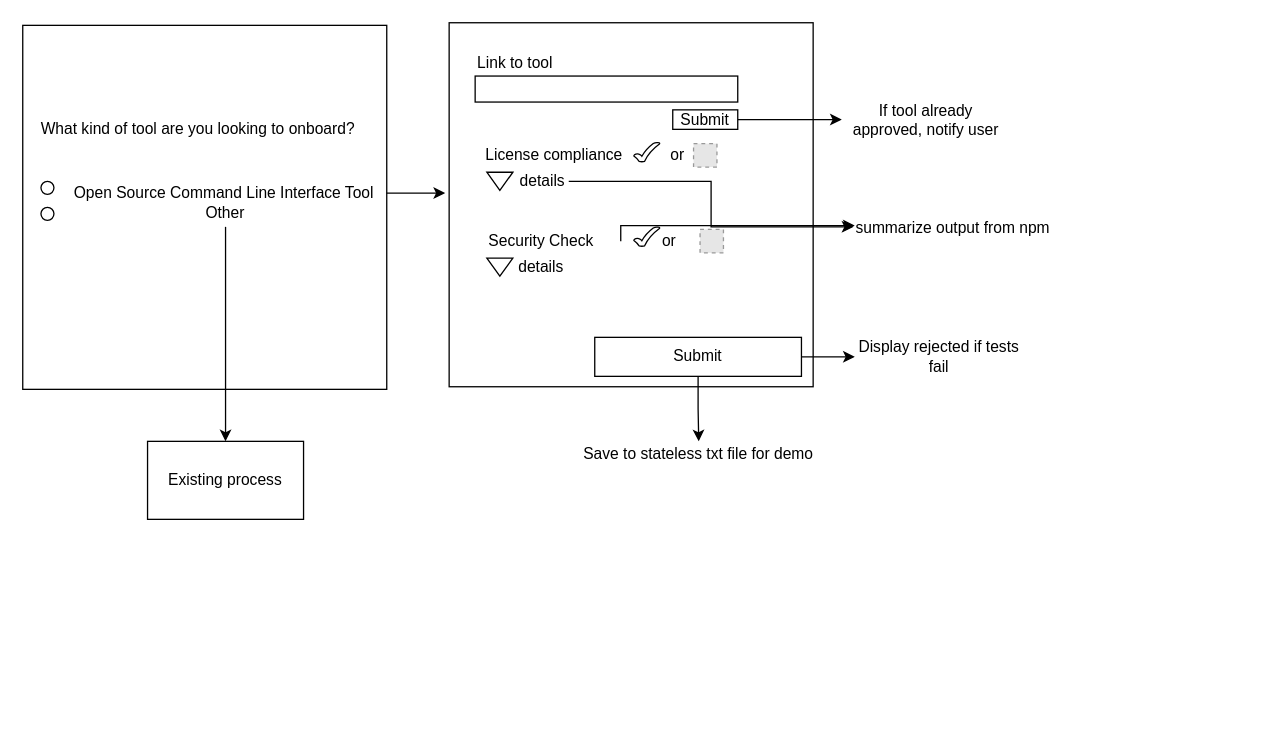
Before: drawio/en/SoftwareOnboarding.drawio in sara-sabr/ITStrategy, a draw.io diagram. Source tidied: cells renumbered, new cells numbered last; positions are measured from the earlier drawing's top-left corner, leaving out a move shared by most shapes. Both pictures are drawn from the tidied source at 130%, with x=0, y=0 at pixel (22, 22). Pictures stored in the file or linked from it are replaced by grey dashed boxes.
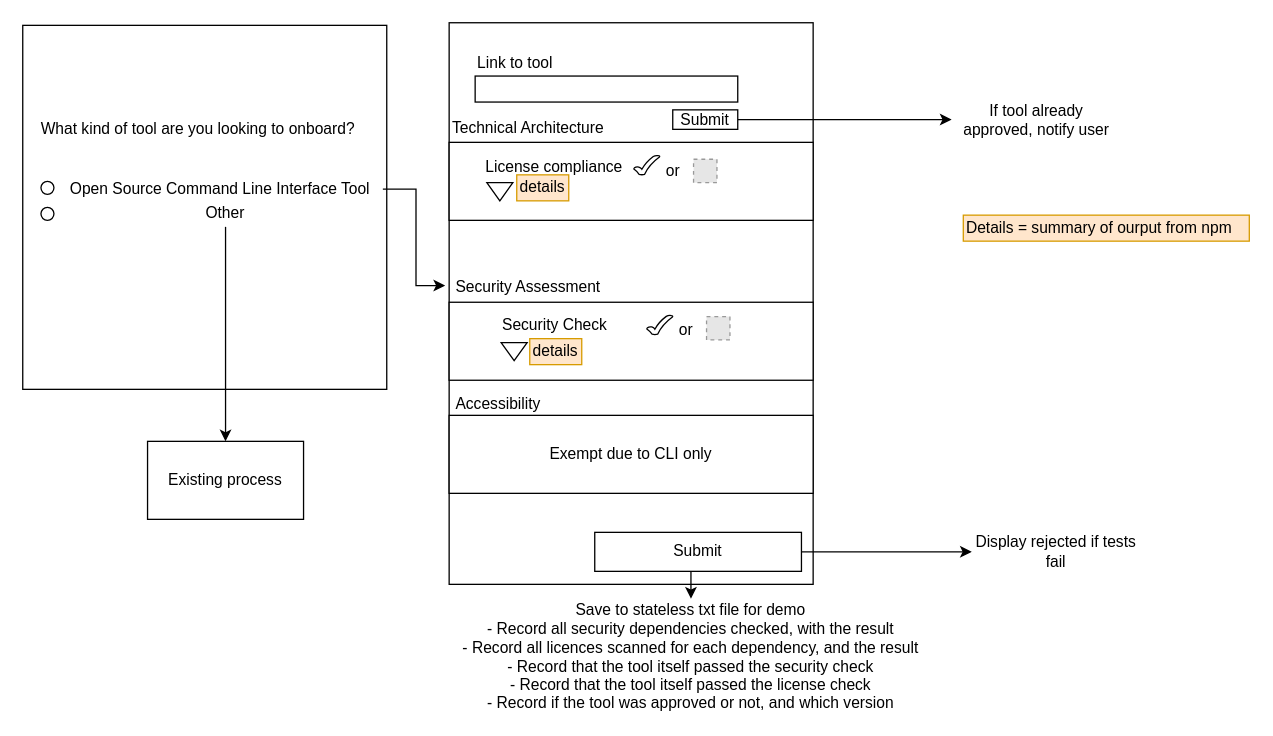
The same diagram, later.

Commit message:
updating to add each pilar to the UI

What changed in the source:
```diff
@@
+    <mxCell id="37" style="rounded=0;whiteSpace=wrap;html=1;" parent="1" vertex="1">
+      <mxGeometry x="328" width="280" height="432" as="geometry" />
+    </mxCell>
+    <mxCell id="38" style="rounded=0;whiteSpace=wrap;html=1;" parent="1" vertex="1">
+      <mxGeometry x="328" y="215" width="280" height="60" as="geometry" />
+    </mxCell>
+    <mxCell id="39" style="rounded=0;whiteSpace=wrap;html=1;" parent="1" vertex="1">
+      <mxGeometry x="328" y="92" width="280" height="60" as="geometry" />
+    </mxCell>
@@
-    <mxCell id="4" style="edgeStyle=orthogonalEdgeStyle;rounded=0;jettySize=auto;html=1;exitX=1;exitY=0.5;exitDx=0;exitDy=0;entryX=-0.011;entryY=0.468;entryDx=0;entryDy=0;entryPerimeter=0;" parent="1" edge="1" source="5" target="11">
-      <mxGeometry relative="1" as="geometry" />
-    </mxCell>
+    <mxCell id="40" style="edgeStyle=orthogonalEdgeStyle;rounded=0;jettySize=auto;html=1;exitX=1;exitY=0.5;exitDx=0;exitDy=0;entryX=-0.011;entryY=0.468;entryDx=0;entryDy=0;entryPerimeter=0;" parent="1" edge="1" source="5" target="37">
+      <mxGeometry relative="1" as="geometry" />
+    </mxCell>
     <mxCell id="5" value="Open Source Command Line Interface Tool" style="text;html=1;strokeColor=none;fillColor=none;align=center;verticalAlign=middle;whiteSpace=wrap;rounded=0;" parent="1" vertex="1">
-      <mxGeometry x="30" y="121" width="250" height="20" as="geometry" />
+      <mxGeometry x="27" y="118" width="250" height="20" as="geometry" />
     </mxCell>
@@
-    <mxCell id="11" style="rounded=0;whiteSpace=wrap;html=1;" parent="1" vertex="1">
-      <mxGeometry x="328" width="280" height="280" as="geometry" />
-    </mxCell>
@@
     <mxCell id="16" value="License compliance " style="text;html=1;strokeColor=none;fillColor=none;align=center;verticalAlign=middle;whiteSpace=wrap;rounded=0;" parent="1" vertex="1">
-      <mxGeometry x="348" y="92" width="122" height="20" as="geometry" />
+      <mxGeometry x="348" y="101" width="122" height="20" as="geometry" />
     </mxCell>
-    <mxCell id="17" style="verticalLabelPosition=bottom;verticalAlign=top;html=1;shape=mxgraph.basic.tick;" parent="1" vertex="1">
-      <mxGeometry x="470" y="92" width="20" height="15" as="geometry" />
-    </mxCell>
-    <mxCell id="18" style="fillColor=#E6E6E6;strokeColor=#999999;dashed=1;html=1;verticalAlign=top;verticalLabelPosition=bottom;labelBackgroundColor=#ffffff;" parent="1" vertex="1">
-      <mxGeometry x="516" y="93" width="18" height="18" as="geometry" />
-    </mxCell>
-    <mxCell id="19" value="or" style="text;html=1;strokeColor=none;fillColor=none;align=center;verticalAlign=middle;whiteSpace=wrap;rounded=0;" parent="1" vertex="1">
-      <mxGeometry x="494" y="92" width="20" height="20" as="geometry" />
-    </mxCell>
-    <mxCell id="20" style="edgeStyle=orthogonalEdgeStyle;rounded=0;jettySize=auto;html=1;exitX=1;exitY=0.5;exitDx=0;exitDy=0;entryX=0.006;entryY=0.4;entryDx=0;entryDy=0;entryPerimeter=0;" parent="1" edge="1" source="21" target="36">
-      <mxGeometry relative="1" as="geometry">
-        <Array as="points">
-          <mxPoint x="460" y="156" />
-        </Array>
-      </mxGeometry>
-    </mxCell>
+    <mxCell id="41" style="verticalLabelPosition=bottom;verticalAlign=top;html=1;shape=mxgraph.basic.tick;" parent="1" vertex="1">
+      <mxGeometry x="470" y="102" width="20" height="15" as="geometry" />
+    </mxCell>
+    <mxCell id="42" style="fillColor=#E6E6E6;strokeColor=#999999;dashed=1;html=1;verticalAlign=top;verticalLabelPosition=bottom;labelBackgroundColor=#ffffff;" parent="1" vertex="1">
+      <mxGeometry x="516" y="105" width="18" height="18" as="geometry" />
+    </mxCell>
+    <mxCell id="43" value="or" style="text;html=1;strokeColor=none;fillColor=none;align=center;verticalAlign=middle;whiteSpace=wrap;rounded=0;" parent="1" vertex="1">
+      <mxGeometry x="490" y="102" width="21" height="24" as="geometry" />
+    </mxCell>
     <mxCell id="21" value="Security Check" style="text;html=1;strokeColor=none;fillColor=none;align=center;verticalAlign=middle;whiteSpace=wrap;rounded=0;" parent="1" vertex="1">
-      <mxGeometry x="338" y="158" width="122" height="20" as="geometry" />
+      <mxGeometry x="349" y="223" width="121" height="20" as="geometry" />
     </mxCell>
-    <mxCell id="22" style="fillColor=#E6E6E6;strokeColor=#999999;dashed=1;html=1;verticalAlign=top;verticalLabelPosition=bottom;labelBackgroundColor=#ffffff;" parent="1" vertex="1">
-      <mxGeometry x="521" y="159" width="18" height="18" as="geometry" />
-    </mxCell>
-    <mxCell id="23" value="or" style="text;html=1;strokeColor=none;fillColor=none;align=center;verticalAlign=middle;whiteSpace=wrap;rounded=0;" parent="1" vertex="1">
-      <mxGeometry x="485" y="158" width="25" height="20" as="geometry" />
-    </mxCell>
-    <mxCell id="24" style="verticalLabelPosition=bottom;verticalAlign=top;html=1;shape=mxgraph.basic.tick;" parent="1" vertex="1">
-      <mxGeometry x="470" y="157" width="20" height="15" as="geometry" />
-    </mxCell>
-    <mxCell id="25" style="triangle;whiteSpace=wrap;html=1;rotation=90;" parent="1" vertex="1">
-      <mxGeometry x="360" y="112" width="14" height="20" as="geometry" />
-    </mxCell>
-    <mxCell id="26" style="edgeStyle=orthogonalEdgeStyle;rounded=0;jettySize=auto;html=1;exitX=1;exitY=0.5;exitDx=0;exitDy=0;entryX=0;entryY=0.45;entryDx=0;entryDy=0;entryPerimeter=0;" parent="1" edge="1" source="27" target="36">
-      <mxGeometry relative="1" as="geometry" />
-    </mxCell>
-    <mxCell id="27" value="details" style="text;html=1;strokeColor=none;fillColor=none;align=center;verticalAlign=middle;whiteSpace=wrap;rounded=0;" parent="1" vertex="1">
-      <mxGeometry x="380" y="112" width="40" height="20" as="geometry" />
-    </mxCell>
-    <mxCell id="28" style="triangle;whiteSpace=wrap;html=1;rotation=90;" parent="1" vertex="1">
-      <mxGeometry x="360" y="178" width="14" height="20" as="geometry" />
-    </mxCell>
-    <mxCell id="29" value="details" style="text;html=1;strokeColor=none;fillColor=none;align=center;verticalAlign=middle;whiteSpace=wrap;rounded=0;" parent="1" vertex="1">
-      <mxGeometry x="379" y="178" width="40" height="20" as="geometry" />
-    </mxCell>
+    <mxCell id="44" style="triangle;whiteSpace=wrap;html=1;rotation=90;" parent="1" vertex="1">
+      <mxGeometry x="360" y="120" width="14" height="20" as="geometry" />
+    </mxCell>
+    <mxCell id="45" value="details" style="text;html=1;strokeColor=#d79b00;fillColor=#ffe6cc;align=center;verticalAlign=middle;whiteSpace=wrap;rounded=0;" parent="1" vertex="1">
+      <mxGeometry x="380" y="117" width="40" height="20" as="geometry" />
+    </mxCell>
+    <mxCell id="46" style="triangle;whiteSpace=wrap;html=1;rotation=90;" parent="1" vertex="1">
+      <mxGeometry x="371" y="243" width="14" height="20" as="geometry" />
+    </mxCell>
+    <mxCell id="47" value="details" style="text;html=1;strokeColor=#d79b00;fillColor=#ffe6cc;align=center;verticalAlign=middle;whiteSpace=wrap;rounded=0;" parent="1" vertex="1">
+      <mxGeometry x="390" y="243" width="40" height="20" as="geometry" />
+    </mxCell>
@@
-    <mxCell id="31" style="edgeStyle=orthogonalEdgeStyle;rounded=0;jettySize=auto;html=1;exitX=0.5;exitY=1;exitDx=0;exitDy=0;entryX=0.5;entryY=0;entryDx=0;entryDy=0;" parent="1" edge="1" source="32" target="35">
-      <mxGeometry relative="1" as="geometry" />
-    </mxCell>
+    <mxCell id="48" style="edgeStyle=orthogonalEdgeStyle;rounded=0;jettySize=auto;html=1;exitX=0.5;exitY=1;exitDx=0;exitDy=0;" parent="1" edge="1" source="32">
+      <mxGeometry relative="1" as="geometry">
+        <mxPoint x="514" y="443" as="targetPoint" />
+      </mxGeometry>
+    </mxCell>
     <mxCell id="32" value="Submit" style="rounded=0;whiteSpace=wrap;html=1;" parent="1" vertex="1">
-      <mxGeometry x="440" y="242" width="159" height="30" as="geometry" />
+      <mxGeometry x="440" y="392" width="159" height="30" as="geometry" />
     </mxCell>
     <mxCell id="33" value="Display rejected if tests fail" style="text;html=1;strokeColor=none;fillColor=none;align=center;verticalAlign=middle;whiteSpace=wrap;rounded=0;" parent="1" vertex="1">
-      <mxGeometry x="640" y="247" width="130" height="20" as="geometry" />
+      <mxGeometry x="730" y="397" width="130" height="20" as="geometry" />
     </mxCell>
     <mxCell id="34" value="If tool already approved, notify user" style="text;html=1;strokeColor=none;fillColor=none;align=center;verticalAlign=middle;whiteSpace=wrap;rounded=0;" parent="1" vertex="1">
-      <mxGeometry x="630" y="64.5" width="130" height="20" as="geometry" />
+      <mxGeometry x="714.5" y="64.5" width="130" height="20" as="geometry" />
     </mxCell>
-    <mxCell id="35" value="Save to stateless txt file for demo" style="text;html=1;strokeColor=none;fillColor=none;align=center;verticalAlign=middle;whiteSpace=wrap;rounded=0;" parent="1" vertex="1">
-      <mxGeometry x="420" y="322" width="200" height="20" as="geometry" />
-    </mxCell>
-    <mxCell id="36" value="summarize output from npm" style="text;html=1;points=[];align=left;verticalAlign=top;spacingTop=-4;" parent="1" vertex="1">
-      <mxGeometry x="639" y="148" width="160" height="20" as="geometry" />
-    </mxCell>
+    <mxCell id="49" value="Save to stateless txt file for demo&lt;br&gt;- Record all security dependencies checked, with the result&lt;br&gt;- Record all licences scanned for each dependency, and the result&lt;br&gt;- Record that the tool itself passed the security check&lt;br&gt;- Record that the tool itself passed the license check&lt;br&gt;- Record if the tool was approved or not, and which version" style="text;html=1;strokeColor=none;fillColor=none;align=center;verticalAlign=middle;whiteSpace=wrap;rounded=0;" parent="1" vertex="1">
+      <mxGeometry x="328" y="463" width="372" height="50" as="geometry" />
+    </mxCell>
+    <mxCell id="50" value="Details = summary of ourput from npm" style="text;html=1;align=left;verticalAlign=top;spacingTop=-4;fillColor=#ffe6cc;strokeColor=#d79b00;" parent="1" vertex="1">
+      <mxGeometry x="723.5" y="148" width="220" height="20" as="geometry" />
+    </mxCell>
+    <mxCell id="51" value="Technical Architecture" style="text;html=1;strokeColor=none;fillColor=none;align=center;verticalAlign=middle;whiteSpace=wrap;rounded=0;" parent="1" vertex="1">
+      <mxGeometry x="324" y="70.5" width="130" height="20" as="geometry" />
+    </mxCell>
+    <mxCell id="52" value="Security Assessment" style="text;html=1;strokeColor=none;fillColor=none;align=center;verticalAlign=middle;whiteSpace=wrap;rounded=0;" parent="1" vertex="1">
+      <mxGeometry x="324" y="194" width="130" height="20" as="geometry" />
+    </mxCell>
+    <mxCell id="53" value="Exempt due to CLI only" style="rounded=0;whiteSpace=wrap;html=1;" parent="1" vertex="1">
+      <mxGeometry x="328" y="302" width="280" height="60" as="geometry" />
+    </mxCell>
+    <mxCell id="54" value="Accessibility" style="text;html=1;strokeColor=none;fillColor=none;align=center;verticalAlign=middle;whiteSpace=wrap;rounded=0;" parent="1" vertex="1">
+      <mxGeometry x="330" y="284" width="72" height="20" as="geometry" />
+    </mxCell>
+    <mxCell id="55" style="verticalLabelPosition=bottom;verticalAlign=top;html=1;shape=mxgraph.basic.tick;" parent="1" vertex="1">
+      <mxGeometry x="480" y="225" width="20" height="15" as="geometry" />
+    </mxCell>
+    <mxCell id="56" style="fillColor=#E6E6E6;strokeColor=#999999;dashed=1;html=1;verticalAlign=top;verticalLabelPosition=bottom;labelBackgroundColor=#ffffff;" parent="1" vertex="1">
+      <mxGeometry x="526" y="226" width="18" height="18" as="geometry" />
+    </mxCell>
+    <mxCell id="57" value="or" style="text;html=1;strokeColor=none;fillColor=none;align=center;verticalAlign=middle;whiteSpace=wrap;rounded=0;" parent="1" vertex="1">
+      <mxGeometry x="500" y="225" width="21" height="24" as="geometry" />
+    </mxCell>
```
